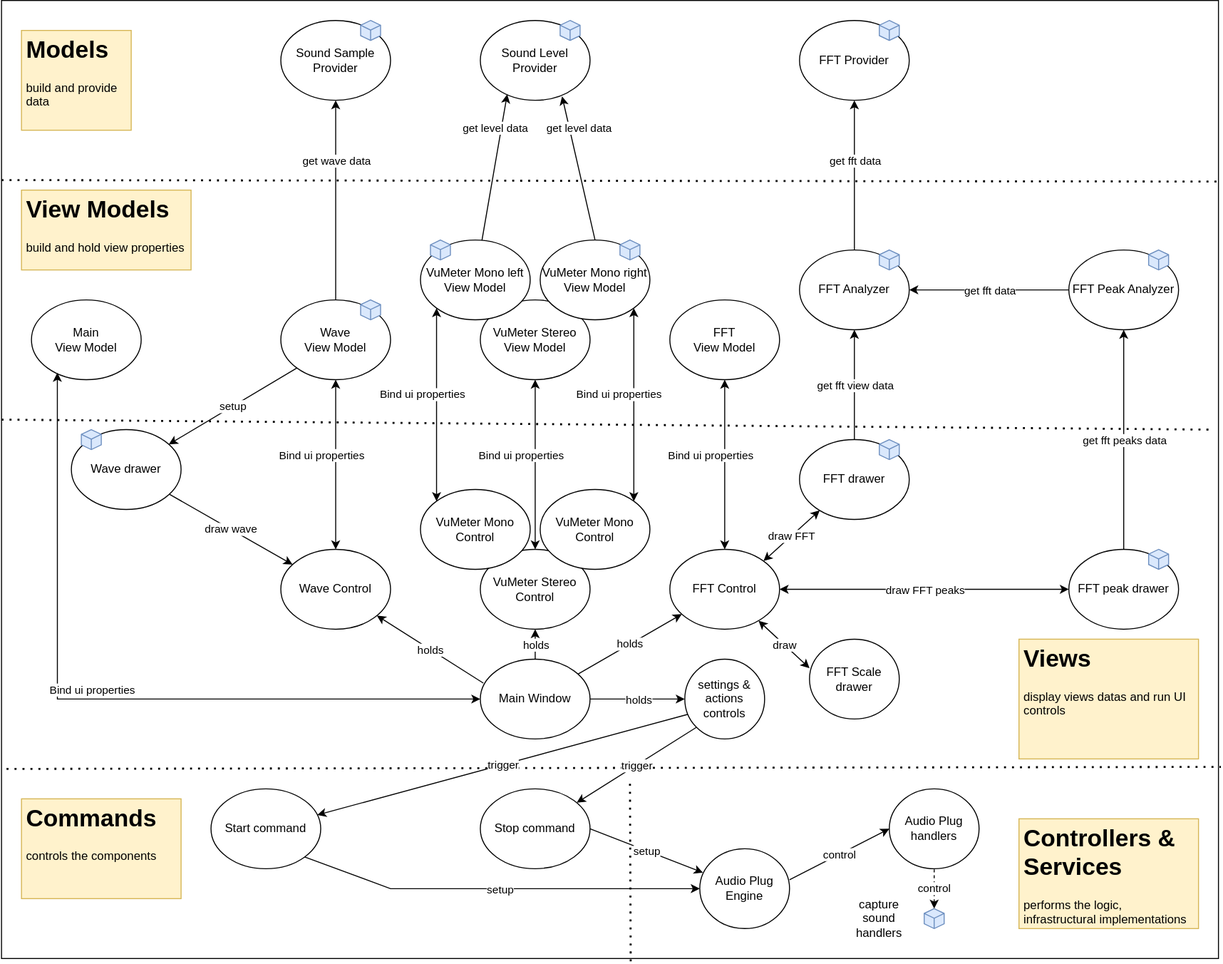
franck-gaspoz/WindowsAudioSessionSample keeps this draw.io diagram as Doc/components1.drawio.svg. Above is the earlier version. Source tidied: cells renumbered, new cells last; positions are measured from the earlier drawing's top-left corner, leaving out a move shared by most shapes.
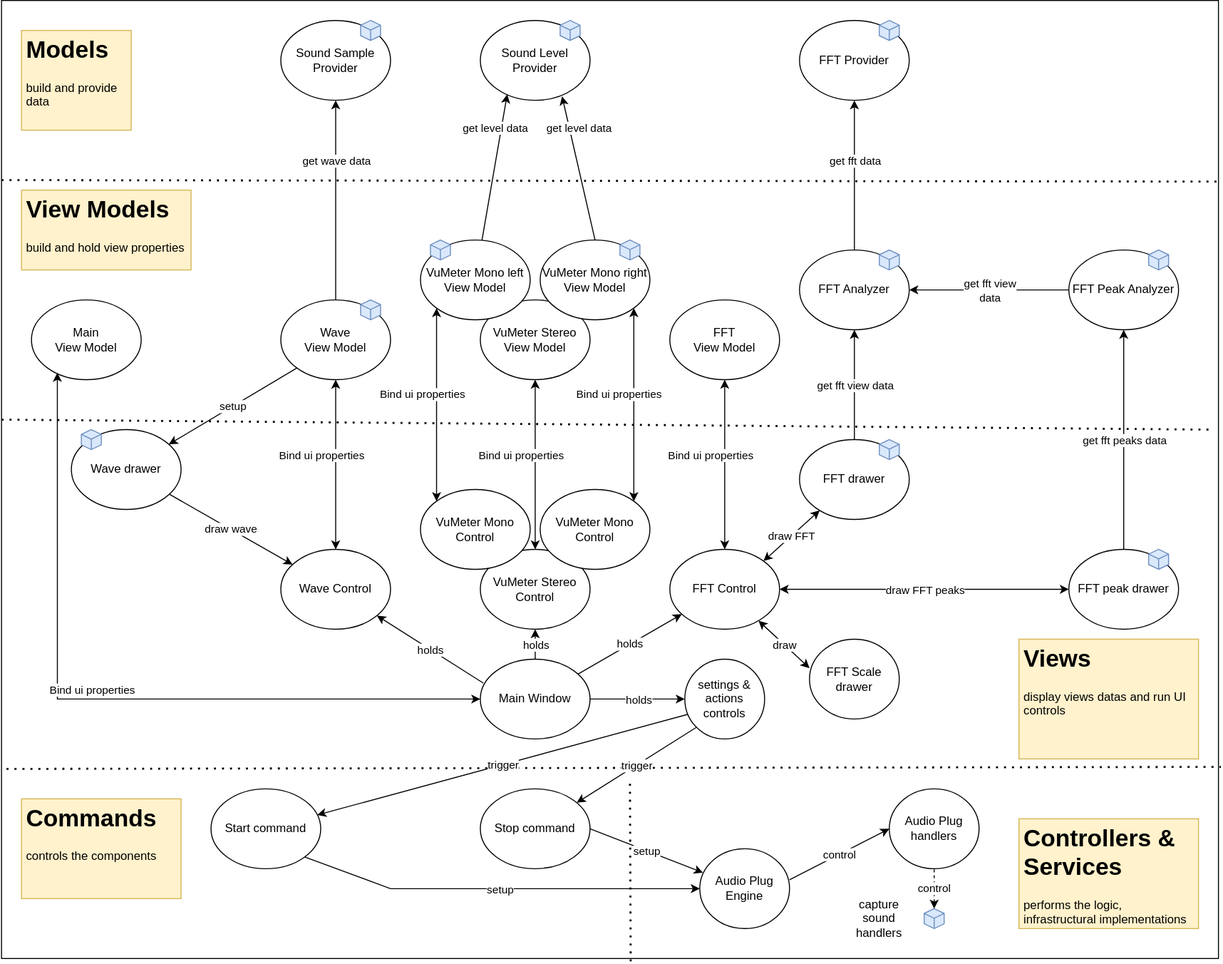
Above is the later version.

Diff of the diagram source:
```diff
@@ -51,7 +51,7 @@
     <mxCell id="16" style="endArrow=classic;html=1;rounded=0;" parent="1" edge="1" source="47" target="13">
       <mxGeometry relative="1" as="geometry" />
     </mxCell>
-    <mxCell id="17" value="get fft data" style="edgeLabel;html=1;align=center;verticalAlign=middle;" parent="16" vertex="1">
+    <mxCell id="17" value="get fft view &lt;br&gt;data" style="edgeLabel;html=1;align=center;verticalAlign=middle;" parent="16" vertex="1">
       <mxGeometry relative="1" as="geometry" />
     </mxCell>
     <mxCell id="18" value="FFT peak drawer" style="ellipse;whiteSpace=wrap;html=1;" parent="1" vertex="1">
```
